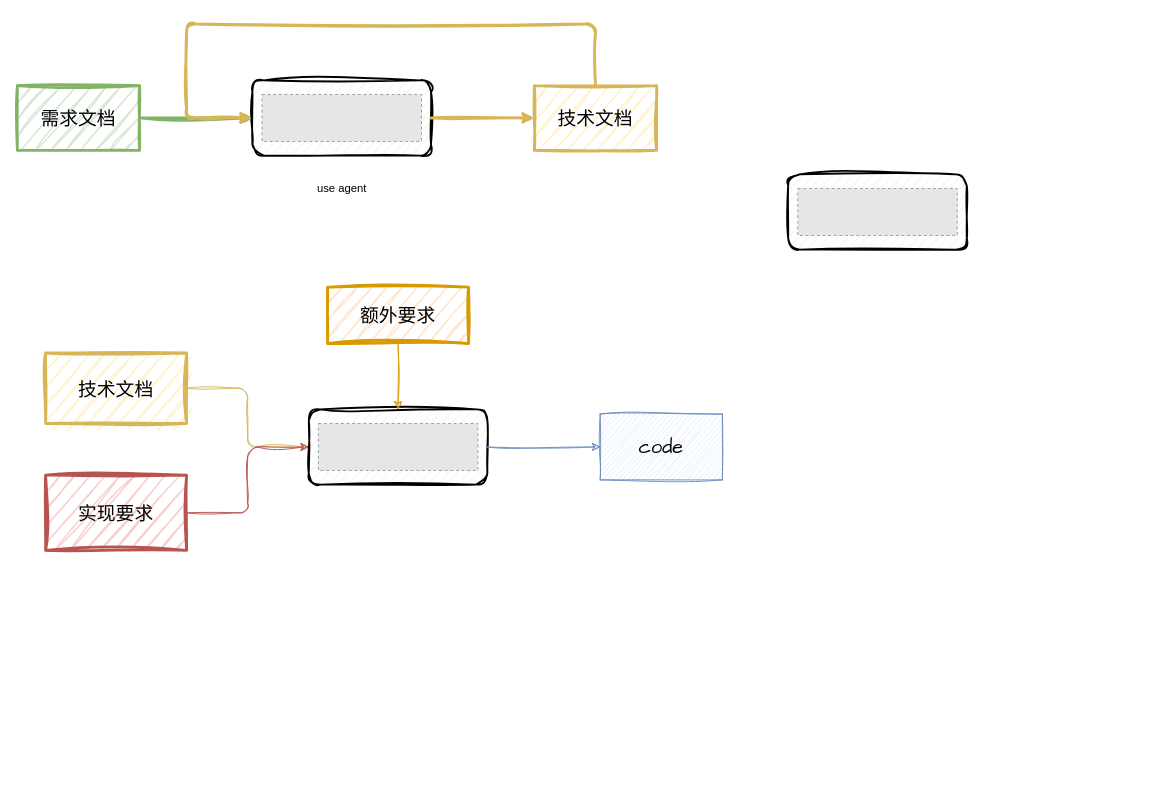
Above: SSJJ2/CursorAI相关.drawio in Ordertiny/graph (draw.io), before the change. Source tidied: cells renumbered, new cells numbered last; positions are measured from the earlier drawing's top-left corner, leaving out a move shared by most shapes. Both pictures are drawn from the tidied source at 94%, with x=0, y=0 at pixel (17, 24). Pictures stored in the file or linked from it are replaced by grey dashed boxes.
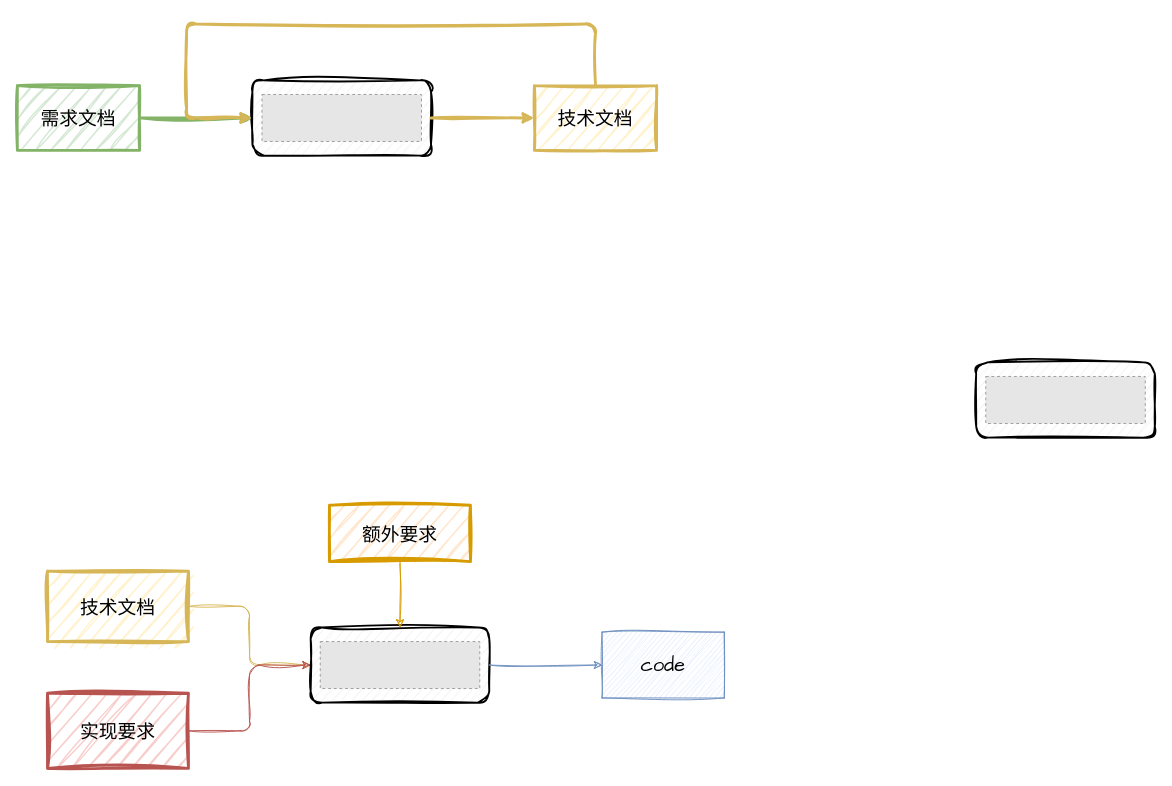
The same diagram, later.

The edit, as a diff of the source:
```diff
@@
-<mxGraphModel>
+<mxGraphModel background="#FFFFFF">
@@
-    <mxCell id="9" value="use agent" style="text;html=1;align=center;verticalAlign=middle;strokeColor=none;fillColor=none;" parent="1" vertex="1">
-      <mxGeometry x="305" y="160" width="80" height="30" as="geometry" />
-    </mxCell>
@@
     <mxCell id="11" value="&lt;font style=&quot;font-size: 20px;&quot;&gt;技术文档&lt;/font&gt;" style="rounded=0;whiteSpace=wrap;html=1;glass=0;sketch=1;curveFitting=1;jiggle=2;fillColor=#fff2cc;strokeColor=#d6b656;fontSize=15;fontFamily=Times New Roman;strokeWidth=3;" parent="1" vertex="1">
-      <mxGeometry x="30" y="350" width="150" height="75" as="geometry" />
+      <mxGeometry x="32" y="582" width="150" height="75" as="geometry" />
     </mxCell>
@@
     <mxCell id="13" value="&lt;span style=&quot;font-size: 20px;&quot;&gt;实现要求&lt;/span&gt;" style="rounded=0;whiteSpace=wrap;html=1;glass=0;sketch=1;curveFitting=1;jiggle=2;fillColor=#f8cecc;strokeColor=#b85450;fontSize=15;fontFamily=Times New Roman;strokeWidth=3;" parent="1" vertex="1">
-      <mxGeometry x="30" y="480" width="150" height="80" as="geometry" />
+      <mxGeometry x="32" y="712" width="150" height="80" as="geometry" />
     </mxCell>
     <mxCell id="14" style="group;" parent="1" vertex="1">
-      <mxGeometry x="310" y="410" width="190" height="80" as="geometry" />
+      <mxGeometry x="312" y="642" width="190" height="80" as="geometry" />
     </mxCell>
@@
     <mxCell id="17" style="group;" parent="1" vertex="1">
-      <mxGeometry x="820" y="160" width="190" height="80" as="geometry" />
+      <mxGeometry x="1020" y="360" width="190" height="80" as="geometry" />
     </mxCell>
@@
     <mxCell id="20" value="&lt;font style=&quot;font-size: 21px;&quot; face=&quot;Comic Sans MS&quot;&gt;code&lt;/font&gt;" style="rounded=0;whiteSpace=wrap;html=1;fillColor=#dae8fc;strokeColor=#6c8ebf;sketch=1;curveFitting=1;jiggle=2;" parent="1" vertex="1">
-      <mxGeometry x="620" y="415" width="130" height="70" as="geometry" />
+      <mxGeometry x="622" y="647" width="130" height="70" as="geometry" />
     </mxCell>
@@
     <mxCell id="23" value="&lt;span style=&quot;font-size: 20px;&quot;&gt;额外要求&lt;/span&gt;" style="rounded=0;whiteSpace=wrap;html=1;glass=0;sketch=1;curveFitting=1;jiggle=2;fillColor=#ffe6cc;strokeColor=#d79b00;fontSize=15;fontFamily=Times New Roman;strokeWidth=3;" parent="1" vertex="1">
-      <mxGeometry x="330" y="280" width="150" height="60" as="geometry" />
+      <mxGeometry x="332" y="512" width="150" height="60" as="geometry" />
     </mxCell>
```
